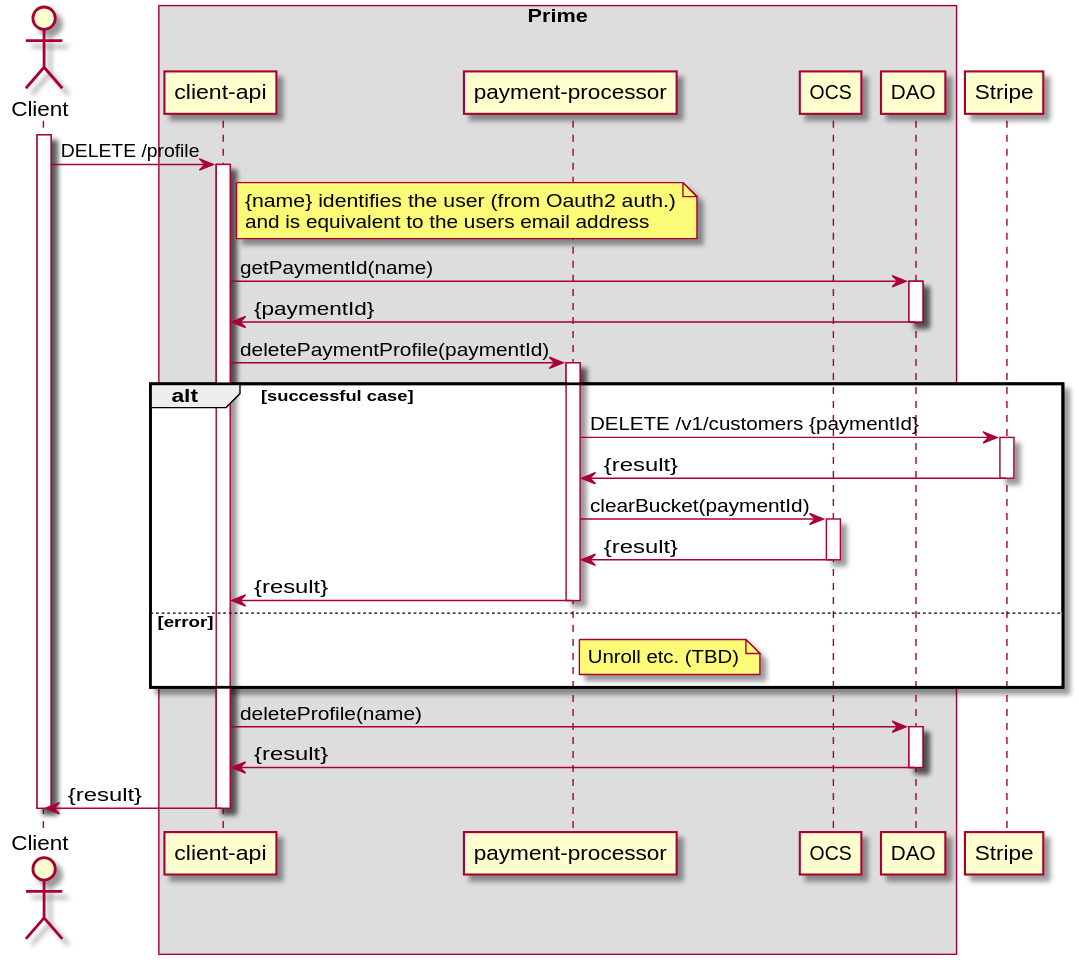
ostelco/ostelco-core keeps this PlantUML diagram as payment-processor/doc/diagrams/delete-subscription.svg. Above is the earlier version.
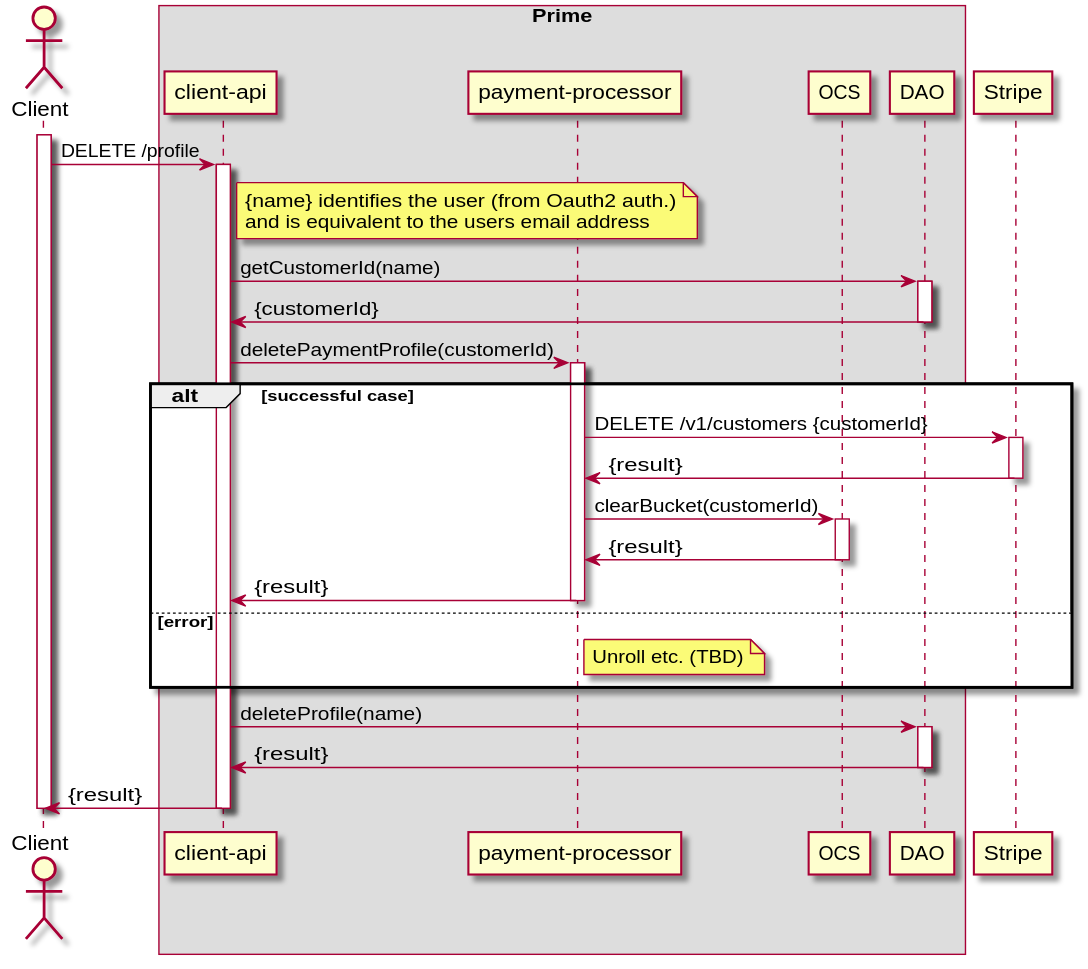
Later version of the same file.

Change to the diagram source:
```diff
@@ -20,21 +20,21 @@
        and is equivalent to the users email address
     end note
 
-    "client-api" -> DAO : getPaymentId(name)
+    "client-api" -> DAO : getCustomerId(name)
     activate DAO
-    DAO -> "client-api" : {paymentId}
+    DAO -> "client-api" : {customerId}
     deactivate DAO
 
-    "client-api" -> "payment-processor" : deletePaymentProfile(paymentId)
+    "client-api" -> "payment-processor" : deletePaymentProfile(customerId)
     activate "payment-processor"
 
     alt successful case
-        "payment-processor" -> Stripe : DELETE /v1/customers {paymentId}
+        "payment-processor" -> Stripe : DELETE /v1/customers {customerId}
         activate Stripe
         "Stripe" -> "payment-processor" : {result}
         deactivate Stripe
 
-        "payment-processor" -> OCS : clearBucket(paymentId)
+        "payment-processor" -> OCS : clearBucket(customerId)
         activate OCS
         OCS -> "payment-processor" : {result}
         deactivate OCS
```
